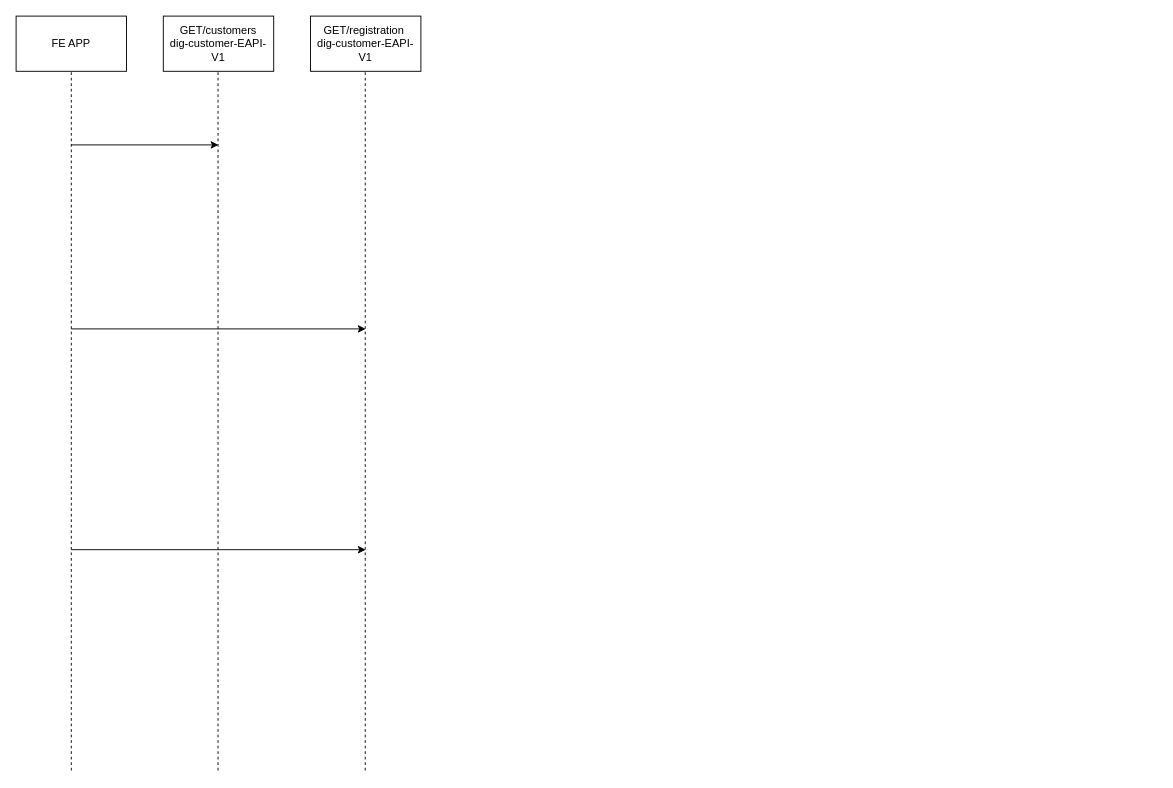
Before: customerOnboarding.drawio in busugu2018/muleCustomerOnboarding, a draw.io diagram. Source tidied: cells renumbered, new cells numbered last; positions are measured from the earlier drawing's top-left corner, leaving out a move shared by most shapes. Both pictures are drawn from the tidied source at 92%, with x=0, y=0 at pixel (16, 16).
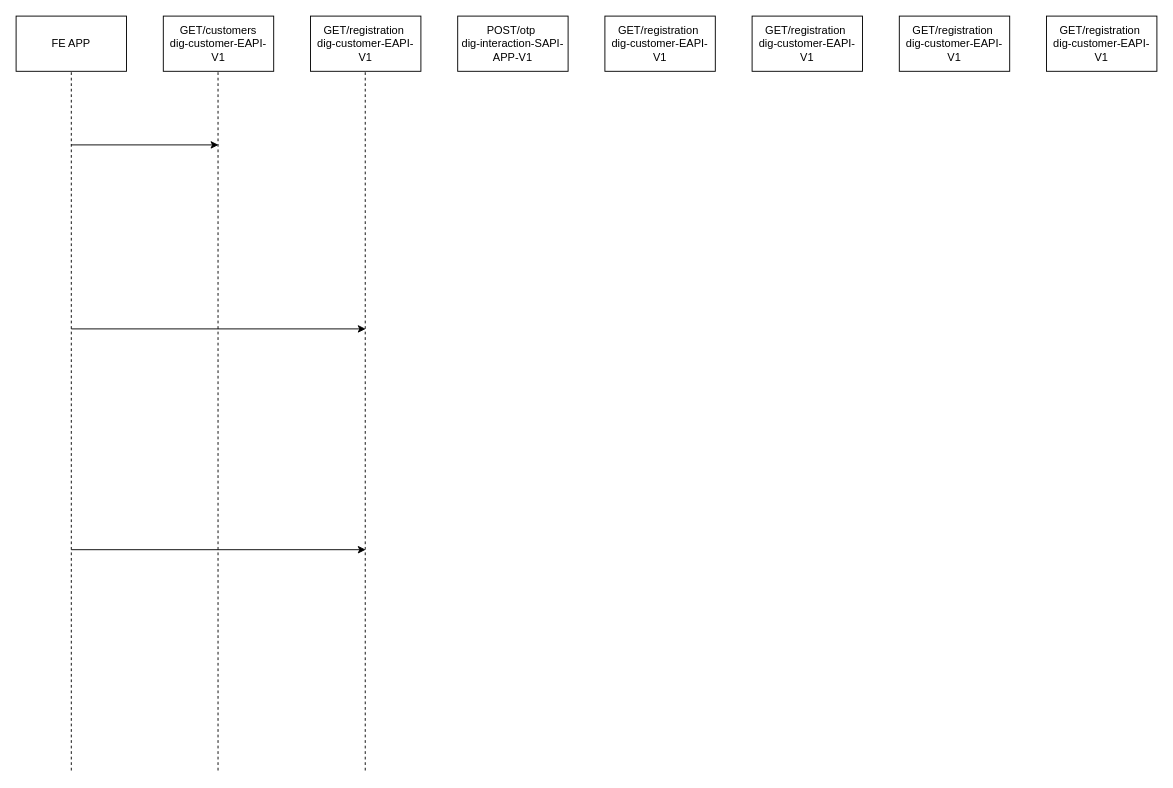
The same page after the edit.

The edit, as a diff of the source:
```diff
@@
+    <mxCell id="11" value="POST/otp&amp;nbsp;&lt;div&gt;dig-interaction-SAPI-APP-V1&lt;/div&gt;" style="rounded=0;whiteSpace=wrap;html=1;" parent="1" vertex="1">
+      <mxGeometry x="480" width="120" height="60" as="geometry" />
+    </mxCell>
+    <mxCell id="12" value="GET/registration&amp;nbsp;&lt;div&gt;dig-customer-EAPI-V1&lt;/div&gt;" style="rounded=0;whiteSpace=wrap;html=1;" parent="1" vertex="1">
+      <mxGeometry x="640" width="120" height="60" as="geometry" />
+    </mxCell>
+    <mxCell id="13" value="GET/registration&amp;nbsp;&lt;div&gt;dig-customer-EAPI-V1&lt;/div&gt;" style="rounded=0;whiteSpace=wrap;html=1;" parent="1" vertex="1">
+      <mxGeometry x="800" width="120" height="60" as="geometry" />
+    </mxCell>
+    <mxCell id="14" value="GET/registration&amp;nbsp;&lt;div&gt;dig-customer-EAPI-V1&lt;/div&gt;" style="rounded=0;whiteSpace=wrap;html=1;" parent="1" vertex="1">
+      <mxGeometry x="960" width="120" height="60" as="geometry" />
+    </mxCell>
+    <mxCell id="15" value="GET/registration&amp;nbsp;&lt;div&gt;dig-customer-EAPI-V1&lt;/div&gt;" style="rounded=0;whiteSpace=wrap;html=1;" parent="1" vertex="1">
+      <mxGeometry x="1120" width="120" height="60" as="geometry" />
+    </mxCell>
```
